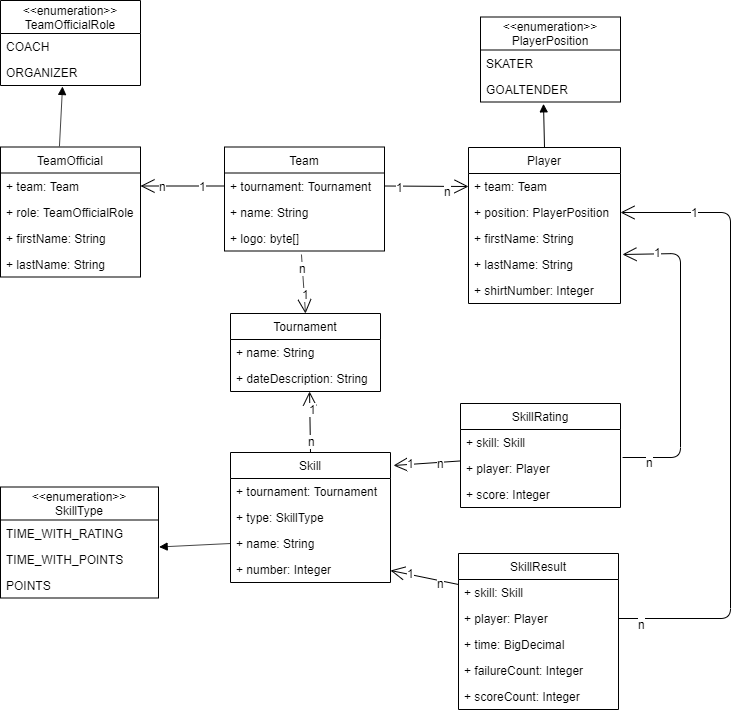
Earlier version of the draw.io export documentation/ysg-manager_class-diagram.png (lukas99/ysg-manager). Source tidied: cells renumbered, new cells last; positions are measured from the earlier drawing's top-left corner, leaving out a move shared by most shapes.
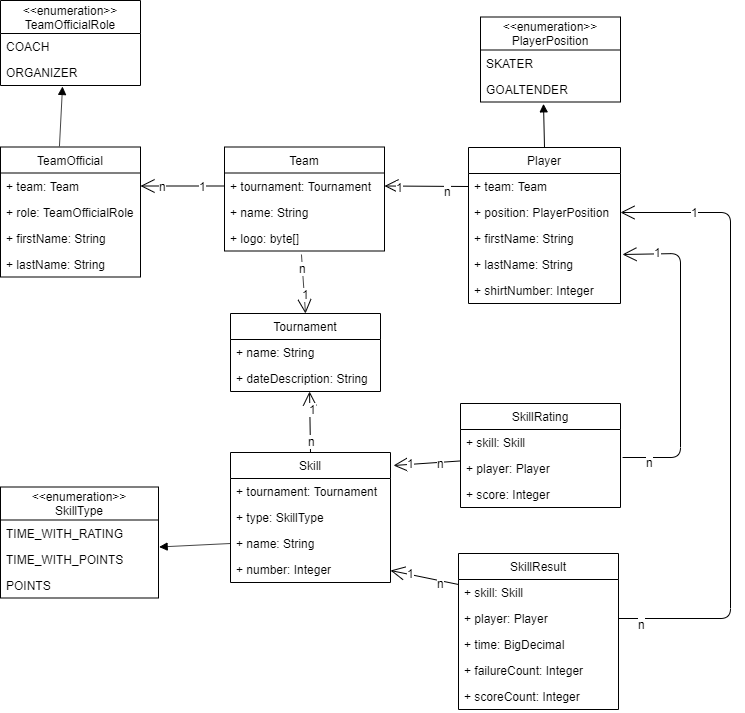
After the change.

Commit message:
change dependency between Team and Player

Diff of the diagram source:
```diff
@@ -41,7 +41,7 @@
     <mxCell id="14" value="+ shirtNumber: Integer" style="text;strokeColor=none;fillColor=none;align=left;verticalAlign=top;spacingLeft=4;spacingRight=4;overflow=hidden;" parent="9" vertex="1">
       <mxGeometry y="130" width="152" height="26" as="geometry" />
     </mxCell>
-    <mxCell id="15" style="endArrow=open;endFill=1;endSize=12;html=1;exitX=1;exitY=0.5;exitDx=0;exitDy=0;entryX=0;entryY=0.5;entryDx=0;entryDy=0;" parent="1" edge="1" source="6" target="10">
+    <mxCell id="15" style="endArrow=none;endFill=0;endSize=12;html=1;exitX=1;exitY=0.5;exitDx=0;exitDy=0;entryX=0;entryY=0.5;entryDx=0;entryDy=0;startArrow=open;startFill=0;startSize=12;" parent="1" edge="1" source="6" target="10">
       <mxGeometry relative="1" as="geometry" />
     </mxCell>
     <mxCell id="16" value="1" style="text;html=1;align=center;verticalAlign=middle;labelBackgroundColor=#ffffff;" parent="15" vertex="1">
```
